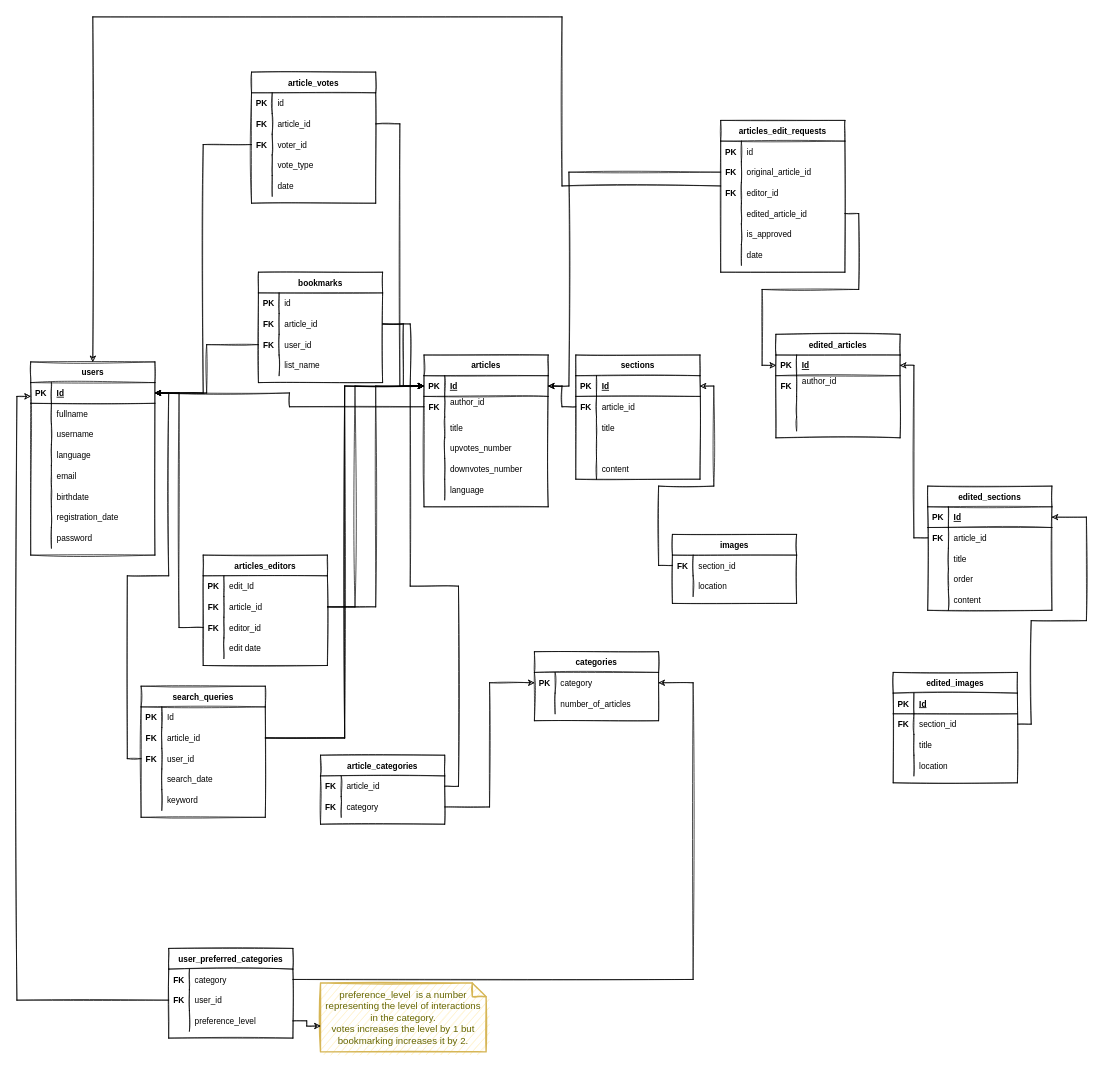
This is page "ERD" (1 of 3) of Untitled Diagram.drawio from mosup16/wikiwiki-swe-project-digrams, a draw.io file, before an edit. Source tidied: cells renumbered, new cells numbered last; positions are measured from the earlier drawing's top-left corner, leaving out a move shared by most shapes. Both pictures are drawn from the tidied source at 69%, with x=0, y=0 at pixel (17, 17).
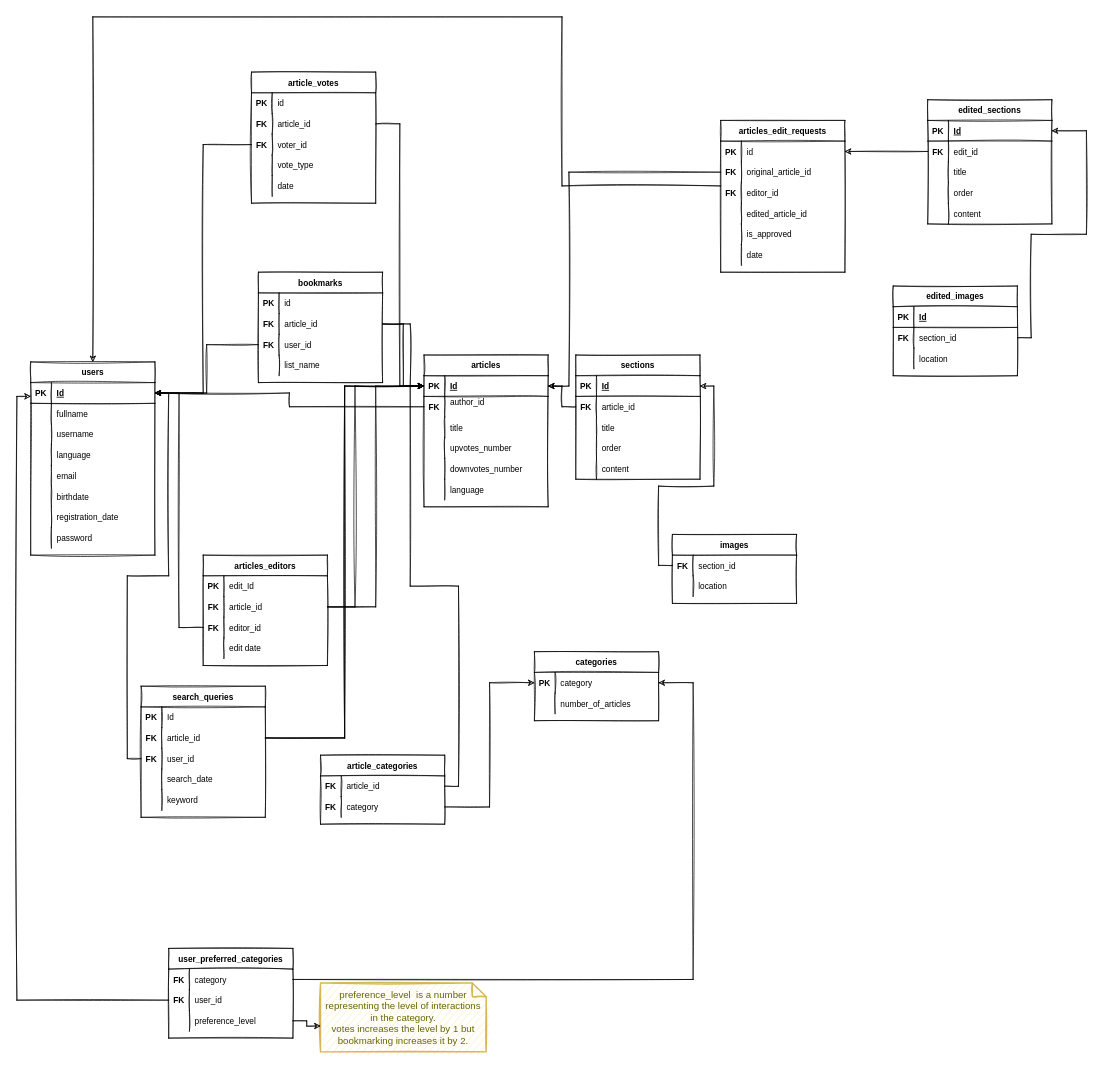
The same diagram, later.

Unchanged cells that the change refers to:
```xml
<mxCell id="88" style="shape=tableRow;horizontal=0;startSize=0;swimlaneHead=0;swimlaneBody=0;fillColor=none;top=0;left=0;right=0;bottom=0;sketch=1;" parent="78" vertex="1">
  <mxGeometry y="120" width="180" height="30" as="geometry" />
</mxCell>
<mxCell id="171" style="shape=tableRow;horizontal=0;startSize=0;swimlaneHead=0;swimlaneBody=0;fillColor=none;points=[[0,0.5],[1,0.5]];portConstraint=eastwest;top=0;left=0;right=0;bottom=0;sketch=1;" parent="170" vertex="1">
  <mxGeometry y="30" width="180" height="30" as="geometry" />
</mxCell>
<mxCell id="180" style="shape=tableRow;horizontal=0;startSize=0;swimlaneHead=0;swimlaneBody=0;fillColor=none;points=[[0,0.5],[1,0.5]];portConstraint=eastwest;top=0;left=0;right=0;bottom=0;sketch=1;" parent="170" vertex="1">
  <mxGeometry y="120" width="180" height="30" as="geometry" />
</mxCell>
<mxCell id="204" style="shape=tableRow;horizontal=0;startSize=0;swimlaneHead=0;swimlaneBody=0;fillColor=none;points=[[0,0.5],[1,0.5]];portConstraint=eastwest;top=0;left=0;right=0;bottom=1;sketch=1;" parent="203" vertex="1">
  <mxGeometry y="30" width="180" height="30" as="geometry" />
</mxCell>
<mxCell id="207" style="shape=tableRow;horizontal=0;startSize=0;swimlaneHead=0;swimlaneBody=0;fillColor=none;points=[[0,0.5],[1,0.5]];portConstraint=eastwest;top=0;left=0;right=0;bottom=0;sketch=1;" parent="203" vertex="1">
  <mxGeometry y="60" width="180" height="30" as="geometry" />
</mxCell>
<mxCell id="224" style="shape=tableRow;horizontal=0;startSize=0;swimlaneHead=0;swimlaneBody=0;fillColor=none;points=[[0,0.5],[1,0.5]];portConstraint=eastwest;top=0;left=0;right=0;bottom=0;sketch=1;" parent="220" vertex="1">
  <mxGeometry y="60" width="180" height="30" as="geometry" />
</mxCell>
```

The edit, as a diff of the source:
```diff
@@
-    <mxCell id="90" style="shape=partialRectangle;fillColor=none;top=0;left=0;bottom=0;right=0;align=left;spacingLeft=6;overflow=hidden;sketch=1;" parent="88" vertex="1">
+    <mxCell id="90" value="order" style="shape=partialRectangle;fillColor=none;top=0;left=0;bottom=0;right=0;align=left;spacingLeft=6;overflow=hidden;sketch=1;" parent="88" vertex="1">
       <mxGeometry x="30" width="150" height="30" as="geometry" />
     </mxCell>
@@
-    <mxCell id="190" value="edited_articles" style="shape=table;startSize=30;childLayout=tableLayout;rowLines=0;fontStyle=1;align=center;sketch=1;" parent="1" vertex="1">
-      <mxGeometry x="1100" y="460" width="180" height="150" as="geometry" />
-    </mxCell>
-    <mxCell id="191" style="shape=tableRow;horizontal=0;startSize=0;swimlaneHead=0;swimlaneBody=0;fillColor=none;points=[[0,0.5],[1,0.5]];portConstraint=eastwest;top=0;left=0;right=0;bottom=1;sketch=1;" parent="190" vertex="1">
-      <mxGeometry y="30" width="180" height="30" as="geometry" />
-    </mxCell>
-    <mxCell id="192" value="PK" style="shape=partialRectangle;fillColor=none;top=0;left=0;bottom=0;right=0;fontStyle=1;overflow=hidden;sketch=1;" parent="191" vertex="1">
-      <mxGeometry width="30" height="30" as="geometry" />
-    </mxCell>
-    <mxCell id="193" value="Id" style="shape=partialRectangle;fillColor=none;top=0;left=0;bottom=0;right=0;align=left;spacingLeft=6;fontStyle=5;overflow=hidden;sketch=1;" parent="191" vertex="1">
-      <mxGeometry x="30" width="150" height="30" as="geometry" />
-    </mxCell>
-    <mxCell id="194" style="shape=tableRow;horizontal=0;startSize=0;swimlaneHead=0;swimlaneBody=0;fillColor=none;top=0;left=0;right=0;bottom=0;sketch=1;" parent="190" vertex="1">
-      <mxGeometry y="60" width="180" height="30" as="geometry" />
-    </mxCell>
-    <mxCell id="195" value="FK" style="shape=partialRectangle;fillColor=none;top=0;left=0;bottom=0;right=0;overflow=hidden;fontStyle=1;sketch=1;" parent="194" vertex="1">
-      <mxGeometry width="30" height="30" as="geometry" />
-    </mxCell>
-    <mxCell id="196" value="author_id&#10;" style="shape=partialRectangle;fillColor=none;top=0;left=0;bottom=0;right=0;align=left;spacingLeft=6;overflow=hidden;sketch=1;" parent="194" vertex="1">
-      <mxGeometry x="30" width="150" height="30" as="geometry" />
-    </mxCell>
-    <mxCell id="197" style="shape=tableRow;horizontal=0;startSize=0;swimlaneHead=0;swimlaneBody=0;fillColor=none;top=0;left=0;right=0;bottom=0;sketch=1;" parent="190" vertex="1">
-      <mxGeometry y="90" width="180" height="30" as="geometry" />
-    </mxCell>
-    <mxCell id="198" style="shape=partialRectangle;fillColor=none;top=0;left=0;bottom=0;right=0;overflow=hidden;sketch=1;" parent="197" vertex="1">
-      <mxGeometry width="30" height="30" as="geometry" />
-    </mxCell>
-    <mxCell id="199" style="shape=partialRectangle;fillColor=none;top=0;left=0;bottom=0;right=0;align=left;spacingLeft=6;overflow=hidden;sketch=1;" parent="197" vertex="1">
-      <mxGeometry x="30" width="150" height="30" as="geometry" />
-    </mxCell>
-    <mxCell id="200" style="shape=tableRow;horizontal=0;startSize=0;swimlaneHead=0;swimlaneBody=0;fillColor=none;top=0;left=0;right=0;bottom=0;sketch=1;" parent="190" vertex="1">
-      <mxGeometry y="120" width="180" height="20" as="geometry" />
-    </mxCell>
-    <mxCell id="201" style="shape=partialRectangle;fillColor=none;top=0;left=0;bottom=0;right=0;overflow=hidden;sketch=1;" parent="200" vertex="1">
-      <mxGeometry width="30" height="20" as="geometry" />
-    </mxCell>
-    <mxCell id="202" style="shape=partialRectangle;fillColor=none;top=0;left=0;bottom=0;right=0;align=left;spacingLeft=6;overflow=hidden;sketch=1;" parent="200" vertex="1">
-      <mxGeometry x="30" width="150" height="20" as="geometry" />
-    </mxCell>
     <mxCell id="203" value="edited_sections" style="shape=table;startSize=30;childLayout=tableLayout;rowLines=0;fontStyle=1;align=center;sketch=1;" parent="1" vertex="1">
-      <mxGeometry x="1320" y="680" width="180" height="180" as="geometry" />
+      <mxGeometry x="1320" y="120" width="180" height="180" as="geometry" />
     </mxCell>
@@
-    <mxCell id="209" value="article_id" style="shape=partialRectangle;fillColor=none;top=0;left=0;bottom=0;right=0;align=left;spacingLeft=6;overflow=hidden;sketch=1;" parent="207" vertex="1">
+    <mxCell id="209" value="edit_id" style="shape=partialRectangle;fillColor=none;top=0;left=0;bottom=0;right=0;align=left;spacingLeft=6;overflow=hidden;sketch=1;" parent="207" vertex="1">
       <mxGeometry x="30" width="150" height="30" as="geometry" />
     </mxCell>
@@
-    <mxCell id="219" style="edgeStyle=orthogonalEdgeStyle;rounded=0;jettySize=auto;html=1;fontColor=#000000;sketch=1;" parent="1" edge="1" source="207" target="191">
+    <mxCell id="219" style="edgeStyle=orthogonalEdgeStyle;rounded=0;jettySize=auto;html=1;fontColor=#000000;sketch=1;" parent="1" edge="1" source="207" target="171">
       <mxGeometry relative="1" as="geometry" />
     </mxCell>
     <mxCell id="220" value="edited_images" style="shape=table;startSize=30;childLayout=tableLayout;rowLines=0;fontStyle=1;align=center;sketch=1;" parent="1" vertex="1">
-      <mxGeometry x="1270" y="950" width="180" height="160" as="geometry" />
+      <mxGeometry x="1270" y="390" width="180" height="130" as="geometry" />
     </mxCell>
@@
-    <mxCell id="227" style="shape=tableRow;horizontal=0;startSize=0;swimlaneHead=0;swimlaneBody=0;fillColor=none;top=0;left=0;right=0;bottom=0;sketch=1;" parent="220" vertex="1">
-      <mxGeometry y="90" width="180" height="30" as="geometry" />
-    </mxCell>
-    <mxCell id="228" style="shape=partialRectangle;fillColor=none;top=0;left=0;bottom=0;right=0;overflow=hidden;sketch=1;" parent="227" vertex="1">
-      <mxGeometry width="30" height="30" as="geometry" />
-    </mxCell>
-    <mxCell id="229" value="title" style="shape=partialRectangle;fillColor=none;top=0;left=0;bottom=0;right=0;align=left;spacingLeft=6;overflow=hidden;sketch=1;" parent="227" vertex="1">
-      <mxGeometry x="30" width="150" height="30" as="geometry" />
-    </mxCell>
     <mxCell id="230" style="shape=tableRow;horizontal=0;startSize=0;swimlaneHead=0;swimlaneBody=0;fillColor=none;top=0;left=0;right=0;bottom=0;sketch=1;" parent="220" vertex="1">
-      <mxGeometry y="120" width="180" height="30" as="geometry" />
+      <mxGeometry y="90" width="180" height="30" as="geometry" />
     </mxCell>
@@
     <mxCell id="233" style="edgeStyle=orthogonalEdgeStyle;rounded=0;jettySize=auto;html=1;entryX=1;entryY=0.5;entryDx=0;entryDy=0;fontColor=#000000;sketch=1;" parent="1" edge="1" source="224" target="204">
       <mxGeometry relative="1" as="geometry">
         <Array as="points">
-          <mxPoint x="1470" y="1025" />
-          <mxPoint x="1470" y="875" />
-          <mxPoint x="1550" y="875" />
-          <mxPoint x="1550" y="725" />
+          <mxPoint x="1470" y="465" />
+          <mxPoint x="1470" y="315" />
+          <mxPoint x="1550" y="315" />
+          <mxPoint x="1550" y="165" />
         </Array>
       </mxGeometry>
     </mxCell>
-    <mxCell id="234" style="edgeStyle=orthogonalEdgeStyle;rounded=0;jettySize=auto;html=1;fontColor=#000000;sketch=1;" parent="1" edge="1" source="180" target="191">
-      <mxGeometry relative="1" as="geometry" />
-    </mxCell>
```
